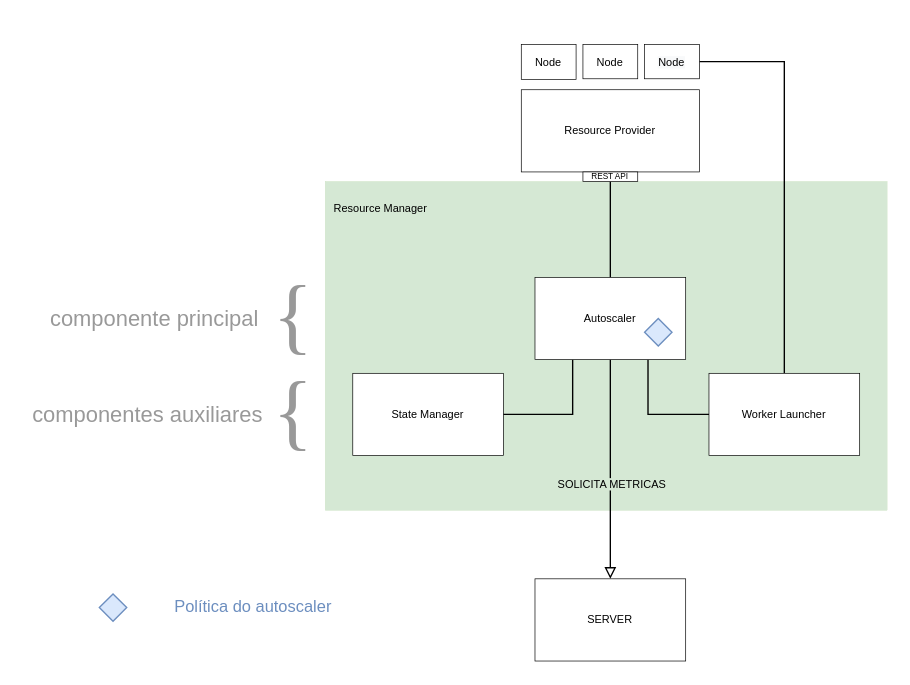
Earlier version of the draw.io diagram page "RM" (1 of 3) of Untitled Diagram.drawio (viniciusbds/diagrams). Source tidied: cells renumbered, new cells numbered last; positions are measured from the earlier drawing's top-left corner, leaving out a move shared by most shapes. Both pictures are drawn from the tidied source at 137%, with x=0, y=0 at pixel (23, 44).
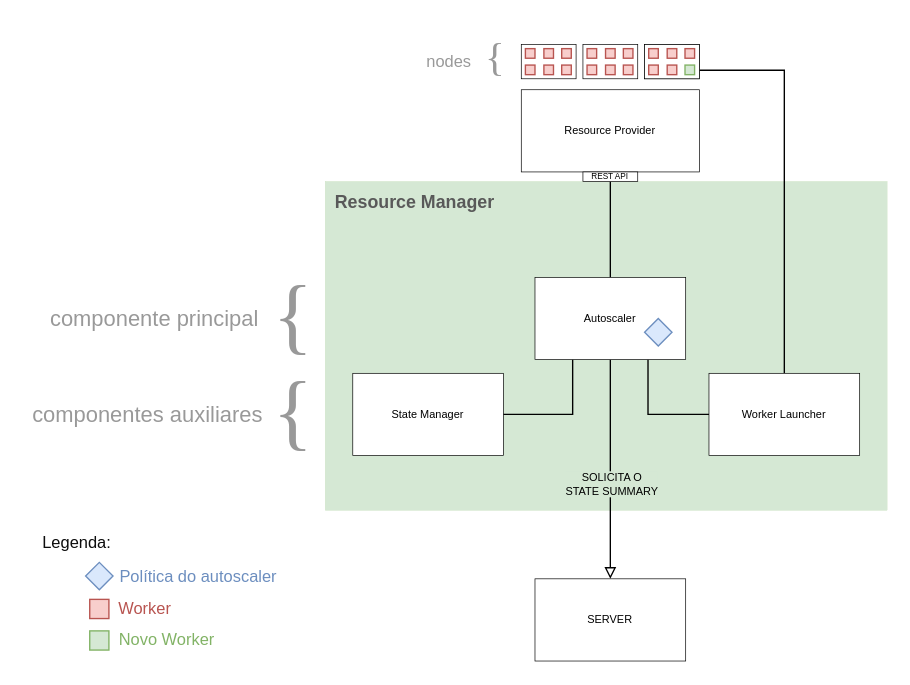
After the change.

The change refers to these unchanged cells:
```xml
<mxCell id="5" style="edgeStyle=orthogonalEdgeStyle;rounded=0;jettySize=auto;html=1;exitX=0.5;exitY=1;exitDx=0;exitDy=0;entryX=0.5;entryY=0;entryDx=0;entryDy=0;fontFamily=Helvetica;fontSize=8;endArrow=block;endFill=0;startArrow=none;startFill=0;" parent="1" edge="1" source="9" target="12">
  <mxGeometry relative="1" as="geometry" />
</mxCell>
<mxCell id="11" value="Worker Launcher" style="rounded=0;whiteSpace=wrap;html=1;fontFamily=Helvetica;fontSize=8;strokeColor=default;strokeWidth=0.5;" parent="1" vertex="1">
  <mxGeometry x="500" y="240" width="110" height="60" as="geometry" />
</mxCell>
<mxCell id="17" value="&lt;span style=&quot;color: rgb(0, 0, 0); font-family: Helvetica; font-size: 8px; font-style: normal; font-variant-ligatures: normal; font-variant-caps: normal; font-weight: 400; letter-spacing: normal; orphans: 2; text-align: center; text-indent: 0px; text-transform: none; widows: 2; word-spacing: 0px; -webkit-text-stroke-width: 0px; background-color: rgb(248, 249, 250); text-decoration-thickness: initial; text-decoration-style: initial; text-decoration-color: initial; float: none; display: inline !important;&quot;&gt;Node&lt;/span&gt;" style="rounded=0;whiteSpace=wrap;html=1;fontFamily=Helvetica;fontSize=8;strokeColor=default;strokeWidth=0.5;" parent="1" vertex="1">
  <mxGeometry x="453" width="40" height="25" as="geometry" />
</mxCell>
```

Diff of the diagram source:
```diff
@@
-    <mxCell id="6" value="SOLICITA METRICAS" style="edgeLabel;html=1;align=center;verticalAlign=middle;fontSize=8;fontFamily=Helvetica;labelBackgroundColor=#D5E8D4;" parent="5" vertex="1">
+    <mxCell id="6" value="SOLICITA O &lt;br&gt;STATE SUMMARY" style="edgeLabel;html=1;align=center;verticalAlign=middle;fontSize=8;fontFamily=Helvetica;labelBackgroundColor=#D5E8D4;" parent="5" vertex="1">
       <mxGeometry x="-0.14" relative="1" as="geometry">
         <mxPoint y="21" as="offset" />
       </mxGeometry>
     </mxCell>
@@
-    <mxCell id="10" style="edgeStyle=orthogonalEdgeStyle;rounded=0;jettySize=auto;html=1;exitX=0.5;exitY=0;exitDx=0;exitDy=0;entryX=1;entryY=0.5;entryDx=0;entryDy=0;endArrow=none;endFill=0;" parent="1" edge="1" source="11" target="17">
+    <mxCell id="10" style="edgeStyle=orthogonalEdgeStyle;rounded=0;jettySize=auto;html=1;exitX=0.5;exitY=0;exitDx=0;exitDy=0;entryX=1;entryY=0.75;entryDx=0;entryDy=0;endArrow=none;endFill=0;" parent="1" edge="1" source="11" target="36">
       <mxGeometry relative="1" as="geometry" />
     </mxCell>
@@
-    <mxCell id="13" value="Resource Manager" style="text;html=1;align=center;verticalAlign=middle;strokeColor=none;fillColor=none;fontSize=8;fontFamily=Helvetica;strokeWidth=1;fontStyle=0;" parent="1" vertex="1">
-      <mxGeometry x="220" y="110" width="80" height="20" as="geometry" />
+    <mxCell id="13" value="Resource Manager" style="text;html=1;align=center;verticalAlign=middle;strokeColor=none;fillColor=none;fontSize=13;fontFamily=Helvetica;strokeWidth=1;fontStyle=1;fontColor=#595959;" parent="1" vertex="1">
+      <mxGeometry x="215" y="100" width="140" height="30" as="geometry" />
     </mxCell>
@@
-    <mxCell id="15" value="Node" style="rounded=0;whiteSpace=wrap;html=1;fontFamily=Helvetica;fontSize=8;strokeColor=default;strokeWidth=0.5;" parent="1" vertex="1">
-      <mxGeometry x="363" width="40" height="25.5" as="geometry" />
-    </mxCell>
-    <mxCell id="16" value="Node" style="rounded=0;whiteSpace=wrap;html=1;fontFamily=Helvetica;fontSize=8;strokeColor=default;strokeWidth=0.5;" parent="1" vertex="1">
-      <mxGeometry x="408" width="40" height="25" as="geometry" />
-    </mxCell>
@@
     <mxCell id="20" style="rhombus;whiteSpace=wrap;html=1;fillColor=#dae8fc;strokeColor=#6c8ebf;fontColor=#6C8EBF;" parent="1" vertex="1">
-      <mxGeometry x="55" y="401" width="20" height="20" as="geometry" />
+      <mxGeometry x="45" y="378" width="20" height="20" as="geometry" />
     </mxCell>
     <mxCell id="21" value="Política do autoscaler" style="text;html=1;align=center;verticalAlign=middle;strokeColor=none;fillColor=none;fontColor=#6C8EBF;" parent="1" vertex="1">
-      <mxGeometry x="102" y="401" width="130" height="20" as="geometry" />
+      <mxGeometry x="62" y="379" width="130" height="20" as="geometry" />
     </mxCell>
@@
+    <mxCell id="27" style="whiteSpace=wrap;html=1;fontSize=13;fillColor=#f8cecc;strokeColor=#b85450;" parent="1" vertex="1">
+      <mxGeometry x="48" y="405" width="14" height="14" as="geometry" />
+    </mxCell>
+    <mxCell id="28" value="Worker" style="text;html=1;align=center;verticalAlign=middle;strokeColor=none;fillColor=none;fontColor=#B85450;" parent="1" vertex="1">
+      <mxGeometry x="58" y="397" width="60" height="30" as="geometry" />
+    </mxCell>
+    <mxCell id="29" style="rounded=0;whiteSpace=wrap;html=1;fontFamily=Helvetica;fontSize=8;strokeColor=default;strokeWidth=0.5;" parent="1" vertex="1">
+      <mxGeometry x="363" width="40" height="25" as="geometry" />
+    </mxCell>
+    <mxCell id="30" style="whiteSpace=wrap;html=1;fontSize=13;fillColor=#f8cecc;strokeColor=#b85450;" parent="1" vertex="1">
+      <mxGeometry x="366" y="3" width="7" height="7" as="geometry" />
+    </mxCell>
+    <mxCell id="31" style="whiteSpace=wrap;html=1;fontSize=13;fillColor=#f8cecc;strokeColor=#b85450;" parent="1" vertex="1">
+      <mxGeometry x="379.5" y="3" width="7" height="7" as="geometry" />
+    </mxCell>
+    <mxCell id="32" style="whiteSpace=wrap;html=1;fontSize=13;fillColor=#f8cecc;strokeColor=#b85450;" parent="1" vertex="1">
+      <mxGeometry x="366" y="15" width="7" height="7" as="geometry" />
+    </mxCell>
+    <mxCell id="33" style="whiteSpace=wrap;html=1;fontSize=13;fillColor=#f8cecc;strokeColor=#b85450;" parent="1" vertex="1">
+      <mxGeometry x="379.5" y="15" width="7" height="7" as="geometry" />
+    </mxCell>
+    <mxCell id="34" style="whiteSpace=wrap;html=1;fontSize=13;fillColor=#f8cecc;strokeColor=#b85450;" parent="1" vertex="1">
+      <mxGeometry x="392.5" y="3" width="7" height="7" as="geometry" />
+    </mxCell>
+    <mxCell id="35" style="whiteSpace=wrap;html=1;fontSize=13;fillColor=#f8cecc;strokeColor=#b85450;" parent="1" vertex="1">
+      <mxGeometry x="392.5" y="15" width="7" height="7" as="geometry" />
+    </mxCell>
+    <mxCell id="36" style="rounded=0;whiteSpace=wrap;html=1;fontFamily=Helvetica;fontSize=8;strokeColor=default;strokeWidth=0.5;" parent="1" vertex="1">
+      <mxGeometry x="453" width="40" height="25" as="geometry" />
+    </mxCell>
+    <mxCell id="37" style="whiteSpace=wrap;html=1;fontSize=13;fillColor=#f8cecc;strokeColor=#b85450;" parent="1" vertex="1">
+      <mxGeometry x="456" y="3" width="7" height="7" as="geometry" />
+    </mxCell>
+    <mxCell id="38" style="whiteSpace=wrap;html=1;fontSize=13;fillColor=#f8cecc;strokeColor=#b85450;" parent="1" vertex="1">
+      <mxGeometry x="469.5" y="3" width="7" height="7" as="geometry" />
+    </mxCell>
+    <mxCell id="39" style="whiteSpace=wrap;html=1;fontSize=13;fillColor=#f8cecc;strokeColor=#b85450;" parent="1" vertex="1">
+      <mxGeometry x="456" y="15" width="7" height="7" as="geometry" />
+    </mxCell>
+    <mxCell id="40" style="whiteSpace=wrap;html=1;fontSize=13;fillColor=#f8cecc;strokeColor=#b85450;" parent="1" vertex="1">
+      <mxGeometry x="469.5" y="15" width="7" height="7" as="geometry" />
+    </mxCell>
+    <mxCell id="41" style="whiteSpace=wrap;html=1;fontSize=13;fillColor=#f8cecc;strokeColor=#b85450;" parent="1" vertex="1">
+      <mxGeometry x="482.5" y="3" width="7" height="7" as="geometry" />
+    </mxCell>
+    <mxCell id="42" style="rounded=0;whiteSpace=wrap;html=1;fontFamily=Helvetica;fontSize=8;strokeColor=default;strokeWidth=0.5;" parent="1" vertex="1">
+      <mxGeometry x="408" width="40" height="25" as="geometry" />
+    </mxCell>
+    <mxCell id="43" style="whiteSpace=wrap;html=1;fontSize=13;fillColor=#f8cecc;strokeColor=#b85450;" parent="1" vertex="1">
+      <mxGeometry x="411" y="3" width="7" height="7" as="geometry" />
+    </mxCell>
+    <mxCell id="44" style="whiteSpace=wrap;html=1;fontSize=13;fillColor=#f8cecc;strokeColor=#b85450;" parent="1" vertex="1">
+      <mxGeometry x="424.5" y="3" width="7" height="7" as="geometry" />
+    </mxCell>
+    <mxCell id="45" style="whiteSpace=wrap;html=1;fontSize=13;fillColor=#f8cecc;strokeColor=#b85450;" parent="1" vertex="1">
+      <mxGeometry x="411" y="15" width="7" height="7" as="geometry" />
+    </mxCell>
+    <mxCell id="46" style="whiteSpace=wrap;html=1;fontSize=13;fillColor=#f8cecc;strokeColor=#b85450;" parent="1" vertex="1">
+      <mxGeometry x="424.5" y="15" width="7" height="7" as="geometry" />
+    </mxCell>
+    <mxCell id="47" style="whiteSpace=wrap;html=1;fontSize=13;fillColor=#f8cecc;strokeColor=#b85450;" parent="1" vertex="1">
+      <mxGeometry x="437.5" y="3" width="7" height="7" as="geometry" />
+    </mxCell>
+    <mxCell id="48" style="whiteSpace=wrap;html=1;fontSize=13;fillColor=#f8cecc;strokeColor=#b85450;" parent="1" vertex="1">
+      <mxGeometry x="437.5" y="15" width="7" height="7" as="geometry" />
+    </mxCell>
+    <mxCell id="49" value="{" style="text;whiteSpace=wrap;html=1;fontColor=#999999;fontSize=30;fontFamily=Times New Roman;" parent="1" vertex="1">
+      <mxGeometry x="335" y="-15" width="20" height="60" as="geometry" />
+    </mxCell>
+    <mxCell id="50" value="nodes" style="text;html=1;align=center;verticalAlign=middle;strokeColor=none;fillColor=none;fontSize=12;fontColor=#999999;" parent="1" vertex="1">
+      <mxGeometry x="280" y="-2.5" width="60" height="30" as="geometry" />
+    </mxCell>
+    <mxCell id="51" style="whiteSpace=wrap;html=1;fontSize=13;fillColor=#d5e8d4;strokeColor=#82b366;" parent="1" vertex="1">
+      <mxGeometry x="48" y="428" width="14" height="14" as="geometry" />
+    </mxCell>
+    <mxCell id="52" value="Novo Worker" style="text;html=1;align=center;verticalAlign=middle;strokeColor=none;fillColor=none;fontColor=#82B366;" parent="1" vertex="1">
+      <mxGeometry x="59" y="420" width="90" height="30" as="geometry" />
+    </mxCell>
+    <mxCell id="53" style="whiteSpace=wrap;html=1;fontSize=13;fillColor=#d5e8d4;strokeColor=#82b366;" parent="1" vertex="1">
+      <mxGeometry x="482.5" y="15" width="7" height="7" as="geometry" />
+    </mxCell>
+    <mxCell id="54" value="&lt;font color=&quot;#0d0d0d&quot;&gt;Legenda:&amp;nbsp;&lt;/font&gt;" style="text;html=1;align=center;verticalAlign=middle;strokeColor=none;fillColor=none;fontSize=12;fontColor=#82B366;" parent="1" vertex="1">
+      <mxGeometry y="349" width="80" height="30" as="geometry" />
+    </mxCell>
```
